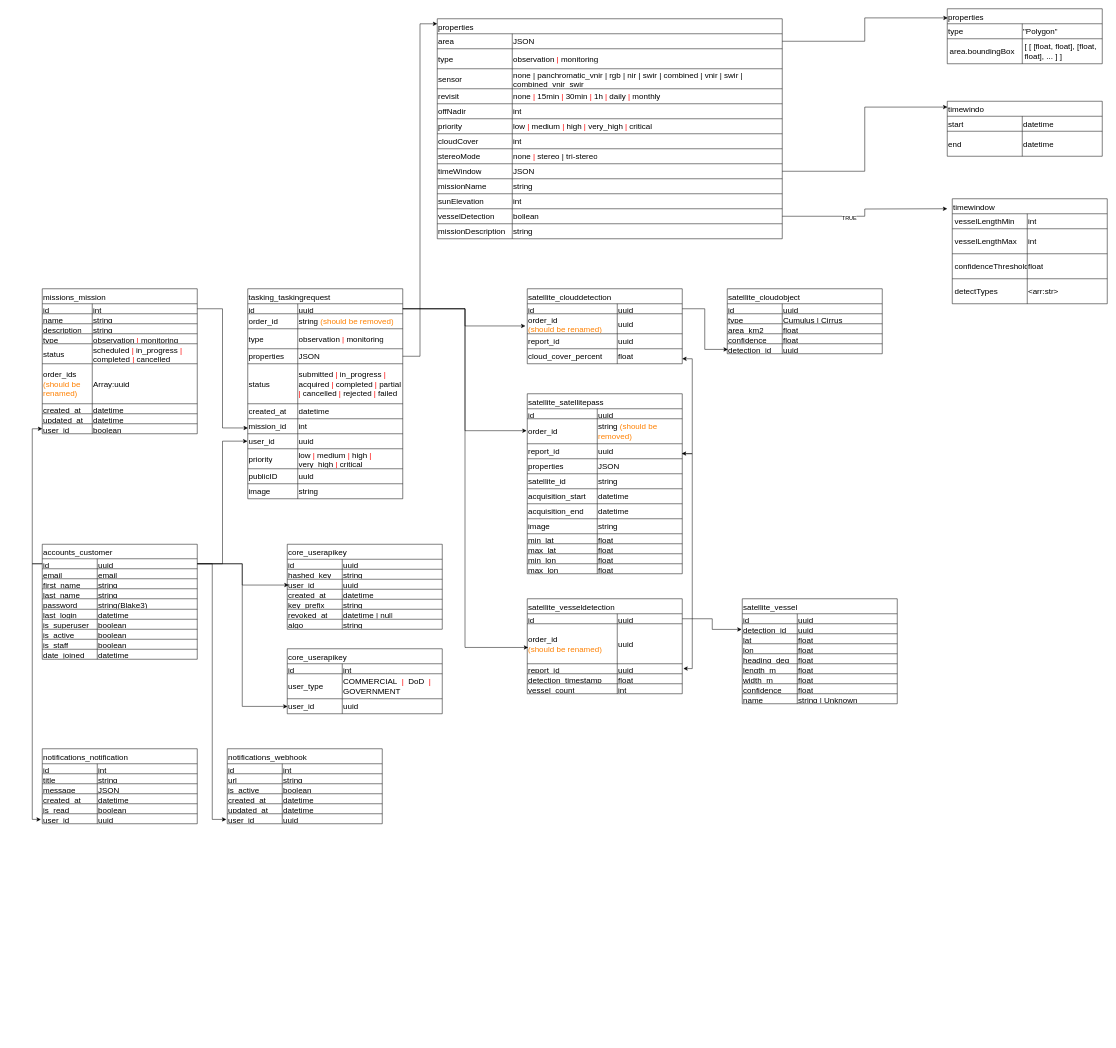
Before: diagrams/Orion's Belt.drawio in vrezhMikDeepsat/OrionsBeltStructure, a draw.io diagram. Source tidied: cells renumbered, new cells numbered last; positions are measured from the earlier drawing's top-left corner, leaving out a move shared by most shapes. Both pictures are drawn from the tidied source at 50%, with x=0, y=0 at pixel (32, 8).
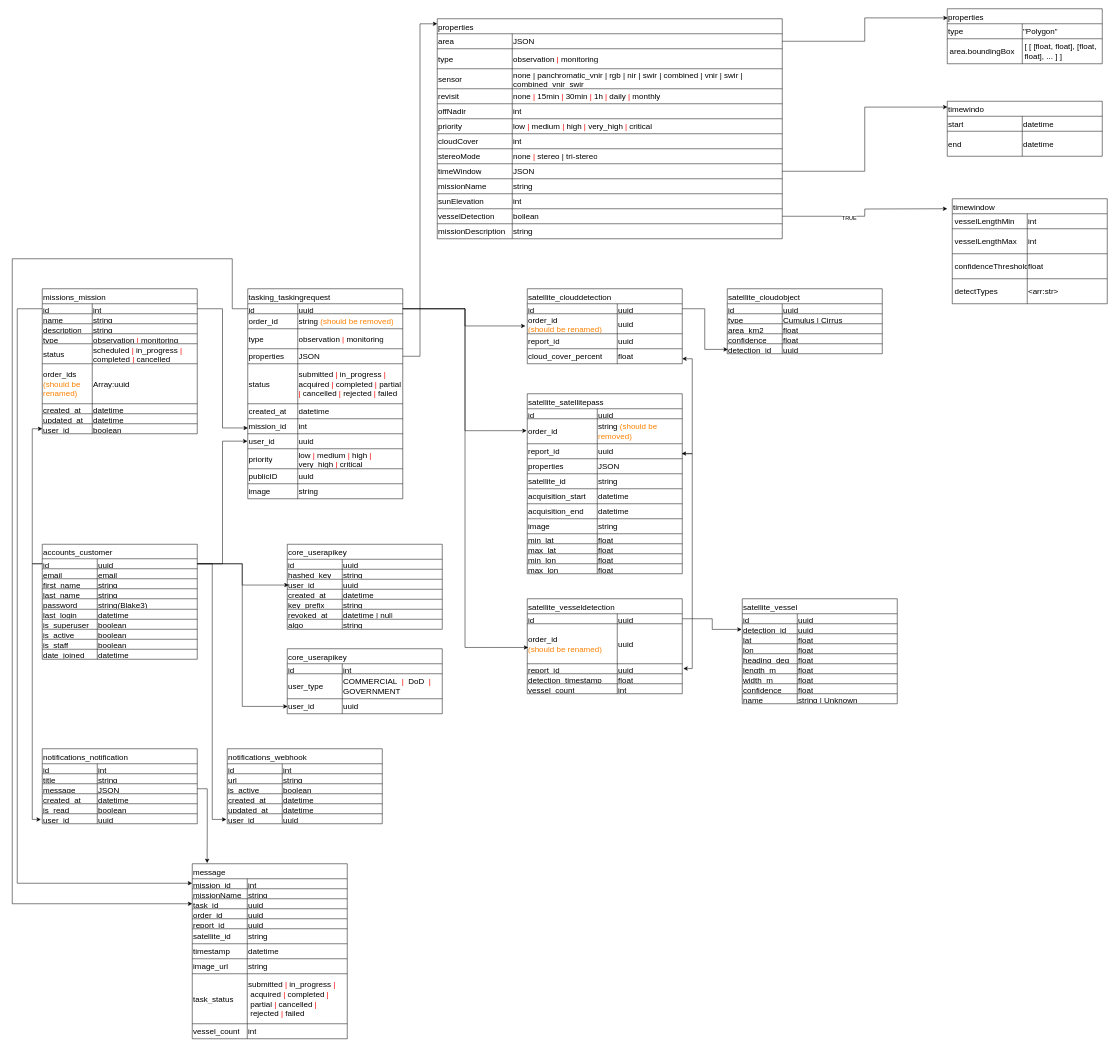
The same diagram, later.

Commit message (it also covers changes not shown here):
add notifications table

The change refers to these unchanged cells:
```xml
<mxCell id="68" style="shape=tableRow;horizontal=0;startSize=0;swimlaneHead=0;swimlaneBody=0;strokeColor=inherit;top=0;left=0;bottom=0;right=0;fillColor=none;points=[[0,0.5],[1,0.5]];portConstraint=eastwest;fontSize=16;align=left;" parent="67" vertex="1">
  <mxGeometry y="30" width="310" height="20" as="geometry" />
</mxCell>
<mxCell id="97" style="shape=tableRow;horizontal=0;startSize=0;swimlaneHead=0;swimlaneBody=0;strokeColor=inherit;top=0;left=0;bottom=0;right=0;fillColor=none;points=[[0,0.5],[1,0.5]];portConstraint=eastwest;fontSize=16;align=left;" parent="96" vertex="1">
  <mxGeometry y="30" width="310" height="20" as="geometry" />
</mxCell>
<mxCell id="139" style="shape=tableRow;horizontal=0;startSize=0;swimlaneHead=0;swimlaneBody=0;strokeColor=inherit;top=0;left=0;bottom=0;right=0;fillColor=none;points=[[0,0.5],[1,0.5]];portConstraint=eastwest;fontSize=16;align=left;" parent="132" vertex="1">
  <mxGeometry y="70" width="310" height="20" as="geometry" />
</mxCell>
```

Diff of the diagram source:
```diff
@@
+    <mxCell id="361" value="message" style="shape=table;startSize=30;childLayout=tableLayout;strokeColor=default;fontSize=16;fontColor=default;textShadow=0;align=left;" parent="1" vertex="1">
+      <mxGeometry x="320" y="1710" width="310" height="350" as="geometry" />
+    </mxCell>
+    <mxCell id="362" style="shape=tableRow;horizontal=0;startSize=0;swimlaneHead=0;swimlaneBody=0;strokeColor=inherit;top=0;left=0;bottom=0;right=0;fillColor=none;points=[[0,0.5],[1,0.5]];portConstraint=eastwest;fontSize=16;align=left;" parent="361" vertex="1">
+      <mxGeometry y="30" width="310" height="20" as="geometry" />
+    </mxCell>
+    <mxCell id="363" value="mission_id" style="shape=partialRectangle;html=1;whiteSpace=wrap;strokeColor=inherit;overflow=hidden;fillColor=none;top=0;left=0;bottom=0;right=0;fontSize=16;align=left;" parent="362" vertex="1">
+      <mxGeometry width="110" height="20" as="geometry" />
+    </mxCell>
+    <mxCell id="364" value="int" style="shape=partialRectangle;html=1;whiteSpace=wrap;strokeColor=inherit;overflow=hidden;fillColor=none;top=0;left=0;bottom=0;right=0;fontSize=16;align=left;" parent="362" vertex="1">
+      <mxGeometry x="110" width="200" height="20" as="geometry" />
+    </mxCell>
+    <mxCell id="365" style="shape=tableRow;horizontal=0;startSize=0;swimlaneHead=0;swimlaneBody=0;strokeColor=inherit;top=0;left=0;bottom=0;right=0;fillColor=none;fontSize=16;align=left;" parent="361" vertex="1">
+      <mxGeometry y="50" width="310" height="20" as="geometry" />
+    </mxCell>
+    <mxCell id="366" value="missionName" style="shape=partialRectangle;html=1;whiteSpace=wrap;strokeColor=inherit;overflow=hidden;fillColor=none;top=0;left=0;bottom=0;right=0;fontSize=16;align=left;" parent="365" vertex="1">
+      <mxGeometry width="110" height="20" as="geometry" />
+    </mxCell>
+    <mxCell id="367" value="string" style="shape=partialRectangle;html=1;whiteSpace=wrap;strokeColor=inherit;overflow=hidden;fillColor=none;top=0;left=0;bottom=0;right=0;fontSize=16;align=left;" parent="365" vertex="1">
+      <mxGeometry x="110" width="200" height="20" as="geometry" />
+    </mxCell>
+    <mxCell id="368" style="shape=tableRow;horizontal=0;startSize=0;swimlaneHead=0;swimlaneBody=0;strokeColor=inherit;top=0;left=0;bottom=0;right=0;fillColor=none;points=[[0,0.5],[1,0.5]];portConstraint=eastwest;fontSize=16;align=left;" parent="361" vertex="1">
+      <mxGeometry y="70" width="310" height="20" as="geometry" />
+    </mxCell>
+    <mxCell id="369" value="task_id" style="shape=partialRectangle;html=1;whiteSpace=wrap;strokeColor=inherit;overflow=hidden;fillColor=none;top=0;left=0;bottom=0;right=0;fontSize=16;align=left;" parent="368" vertex="1">
+      <mxGeometry width="110" height="20" as="geometry" />
+    </mxCell>
+    <mxCell id="370" value="uuid" style="shape=partialRectangle;html=1;whiteSpace=wrap;strokeColor=inherit;overflow=hidden;fillColor=none;top=0;left=0;bottom=0;right=0;fontSize=16;align=left;" parent="368" vertex="1">
+      <mxGeometry x="110" width="200" height="20" as="geometry" />
+    </mxCell>
+    <mxCell id="371" style="shape=tableRow;horizontal=0;startSize=0;swimlaneHead=0;swimlaneBody=0;strokeColor=inherit;top=0;left=0;bottom=0;right=0;fillColor=none;fontSize=16;align=left;" parent="361" vertex="1">
+      <mxGeometry y="90" width="310" height="20" as="geometry" />
+    </mxCell>
+    <mxCell id="372" value="order_id" style="shape=partialRectangle;html=1;whiteSpace=wrap;strokeColor=inherit;overflow=hidden;fillColor=none;top=0;left=0;bottom=0;right=0;fontSize=16;align=left;" parent="371" vertex="1">
+      <mxGeometry width="110" height="20" as="geometry" />
+    </mxCell>
+    <mxCell id="373" value="uuid" style="shape=partialRectangle;html=1;whiteSpace=wrap;strokeColor=inherit;overflow=hidden;fillColor=none;top=0;left=0;bottom=0;right=0;fontSize=16;align=left;" parent="371" vertex="1">
+      <mxGeometry x="110" width="200" height="20" as="geometry" />
+    </mxCell>
+    <mxCell id="374" style="shape=tableRow;horizontal=0;startSize=0;swimlaneHead=0;swimlaneBody=0;strokeColor=inherit;top=0;left=0;bottom=0;right=0;fillColor=none;fontSize=16;align=left;" parent="361" vertex="1">
+      <mxGeometry y="110" width="310" height="20" as="geometry" />
+    </mxCell>
+    <mxCell id="375" value="report_id" style="shape=partialRectangle;html=1;whiteSpace=wrap;strokeColor=inherit;overflow=hidden;fillColor=none;top=0;left=0;bottom=0;right=0;fontSize=16;align=left;" parent="374" vertex="1">
+      <mxGeometry width="110" height="20" as="geometry" />
+    </mxCell>
+    <mxCell id="376" value="uuid" style="shape=partialRectangle;html=1;whiteSpace=wrap;strokeColor=inherit;overflow=hidden;fillColor=none;top=0;left=0;bottom=0;right=0;fontSize=16;align=left;" parent="374" vertex="1">
+      <mxGeometry x="110" width="200" height="20" as="geometry" />
+    </mxCell>
+    <mxCell id="377" style="shape=tableRow;horizontal=0;startSize=0;swimlaneHead=0;swimlaneBody=0;strokeColor=inherit;top=0;left=0;bottom=0;right=0;fillColor=none;fontSize=16;align=left;" parent="361" vertex="1">
+      <mxGeometry y="130" width="310" height="30" as="geometry" />
+    </mxCell>
+    <mxCell id="378" value="satellite_id" style="shape=partialRectangle;html=1;whiteSpace=wrap;strokeColor=inherit;overflow=hidden;fillColor=none;top=0;left=0;bottom=0;right=0;fontSize=16;align=left;" parent="377" vertex="1">
+      <mxGeometry width="110" height="30" as="geometry" />
+    </mxCell>
+    <mxCell id="379" value="string" style="shape=partialRectangle;html=1;whiteSpace=wrap;strokeColor=inherit;overflow=hidden;fillColor=none;top=0;left=0;bottom=0;right=0;fontSize=16;align=left;" parent="377" vertex="1">
+      <mxGeometry x="110" width="200" height="30" as="geometry" />
+    </mxCell>
+    <mxCell id="380" style="shape=tableRow;horizontal=0;startSize=0;swimlaneHead=0;swimlaneBody=0;strokeColor=inherit;top=0;left=0;bottom=0;right=0;fillColor=none;fontSize=16;align=left;" parent="361" vertex="1">
+      <mxGeometry y="160" width="310" height="30" as="geometry" />
+    </mxCell>
+    <mxCell id="381" value="timestamp" style="shape=partialRectangle;html=1;whiteSpace=wrap;strokeColor=inherit;overflow=hidden;fillColor=none;top=0;left=0;bottom=0;right=0;fontSize=16;align=left;" parent="380" vertex="1">
+      <mxGeometry width="110" height="30" as="geometry" />
+    </mxCell>
+    <mxCell id="382" value="datetime" style="shape=partialRectangle;html=1;whiteSpace=wrap;strokeColor=inherit;overflow=hidden;fillColor=none;top=0;left=0;bottom=0;right=0;fontSize=16;align=left;" parent="380" vertex="1">
+      <mxGeometry x="110" width="200" height="30" as="geometry" />
+    </mxCell>
+    <mxCell id="383" style="shape=tableRow;horizontal=0;startSize=0;swimlaneHead=0;swimlaneBody=0;strokeColor=inherit;top=0;left=0;bottom=0;right=0;fillColor=none;fontSize=16;align=left;" parent="361" vertex="1">
+      <mxGeometry y="190" width="310" height="30" as="geometry" />
+    </mxCell>
+    <mxCell id="384" value="image_url" style="shape=partialRectangle;html=1;whiteSpace=wrap;strokeColor=inherit;overflow=hidden;fillColor=none;top=0;left=0;bottom=0;right=0;fontSize=16;align=left;" parent="383" vertex="1">
+      <mxGeometry width="110" height="30" as="geometry" />
+    </mxCell>
+    <mxCell id="385" value="string" style="shape=partialRectangle;html=1;whiteSpace=wrap;strokeColor=inherit;overflow=hidden;fillColor=none;top=0;left=0;bottom=0;right=0;fontSize=16;align=left;" parent="383" vertex="1">
+      <mxGeometry x="110" width="200" height="30" as="geometry" />
+    </mxCell>
+    <mxCell id="386" style="shape=tableRow;horizontal=0;startSize=0;swimlaneHead=0;swimlaneBody=0;strokeColor=inherit;top=0;left=0;bottom=0;right=0;fillColor=none;fontSize=16;align=left;" parent="361" vertex="1">
+      <mxGeometry y="220" width="310" height="100" as="geometry" />
+    </mxCell>
+    <mxCell id="387" value="task_status" style="shape=partialRectangle;html=1;whiteSpace=wrap;strokeColor=inherit;overflow=hidden;fillColor=none;top=0;left=0;bottom=0;right=0;fontSize=16;align=left;" parent="386" vertex="1">
+      <mxGeometry width="110" height="100" as="geometry" />
+    </mxCell>
+    <mxCell id="388" value="submitted&amp;nbsp;&lt;font style=&quot;color: rgb(255, 0, 0);&quot;&gt;|&lt;/font&gt;&amp;nbsp;in_progress&amp;nbsp;&lt;font style=&quot;color: rgb(255, 0, 0);&quot;&gt;|&lt;/font&gt;&amp;nbsp;acquired&amp;nbsp;&lt;font style=&quot;color: rgb(255, 0, 0);&quot;&gt;|&lt;/font&gt;&amp;nbsp;completed&amp;nbsp;&lt;font style=&quot;color: rgb(255, 0, 0);&quot;&gt;|&lt;/font&gt;&amp;nbsp;partial&amp;nbsp;&lt;font style=&quot;color: rgb(255, 0, 0);&quot;&gt;|&lt;/font&gt;&amp;nbsp;cancelled&amp;nbsp;&lt;font style=&quot;color: rgb(255, 0, 0);&quot;&gt;|&lt;/font&gt;&amp;nbsp;rejected&amp;nbsp;&lt;font style=&quot;color: rgb(255, 0, 0);&quot;&gt;|&lt;/font&gt;&amp;nbsp;failed" style="shape=partialRectangle;html=1;whiteSpace=wrap;strokeColor=inherit;overflow=hidden;fillColor=none;top=0;left=0;bottom=0;right=0;fontSize=16;align=left;" parent="386" vertex="1">
+      <mxGeometry x="110" width="200" height="100" as="geometry" />
+    </mxCell>
+    <mxCell id="389" style="shape=tableRow;horizontal=0;startSize=0;swimlaneHead=0;swimlaneBody=0;strokeColor=inherit;top=0;left=0;bottom=0;right=0;fillColor=none;fontSize=16;align=left;" parent="361" vertex="1">
+      <mxGeometry y="320" width="310" height="30" as="geometry" />
+    </mxCell>
+    <mxCell id="390" value="vessel_count" style="shape=partialRectangle;html=1;whiteSpace=wrap;strokeColor=inherit;overflow=hidden;fillColor=none;top=0;left=0;bottom=0;right=0;fontSize=16;align=left;" parent="389" vertex="1">
+      <mxGeometry width="110" height="30" as="geometry" />
+    </mxCell>
+    <mxCell id="391" value="int" style="shape=partialRectangle;html=1;whiteSpace=wrap;strokeColor=inherit;overflow=hidden;fillColor=none;top=0;left=0;bottom=0;right=0;fontSize=16;align=left;" parent="389" vertex="1">
+      <mxGeometry x="110" width="200" height="30" as="geometry" />
+    </mxCell>
+    <mxCell id="392" style="edgeStyle=orthogonalEdgeStyle;rounded=0;jettySize=auto;html=1;entryX=0.096;entryY=-0.004;entryDx=0;entryDy=0;entryPerimeter=0;" parent="1" edge="1" source="139" target="361">
+      <mxGeometry relative="1" as="geometry" />
+    </mxCell>
+    <mxCell id="393" style="edgeStyle=orthogonalEdgeStyle;rounded=0;jettySize=auto;html=1;entryX=-0.001;entryY=0.45;entryDx=0;entryDy=0;entryPerimeter=0;" parent="1" edge="1" source="68" target="362">
+      <mxGeometry relative="1" as="geometry">
+        <Array as="points">
+          <mxPoint x="-30" y="600" />
+          <mxPoint x="-30" y="1749" />
+        </Array>
+      </mxGeometry>
+    </mxCell>
+    <mxCell id="394" style="edgeStyle=orthogonalEdgeStyle;rounded=0;jettySize=auto;html=1;" parent="1" edge="1" source="97" target="368">
+      <mxGeometry relative="1" as="geometry">
+        <Array as="points">
+          <mxPoint x="400" y="600" />
+          <mxPoint x="400" y="500" />
+          <mxPoint x="-40" y="500" />
+          <mxPoint x="-40" y="1790" />
+        </Array>
+      </mxGeometry>
+    </mxCell>
```
